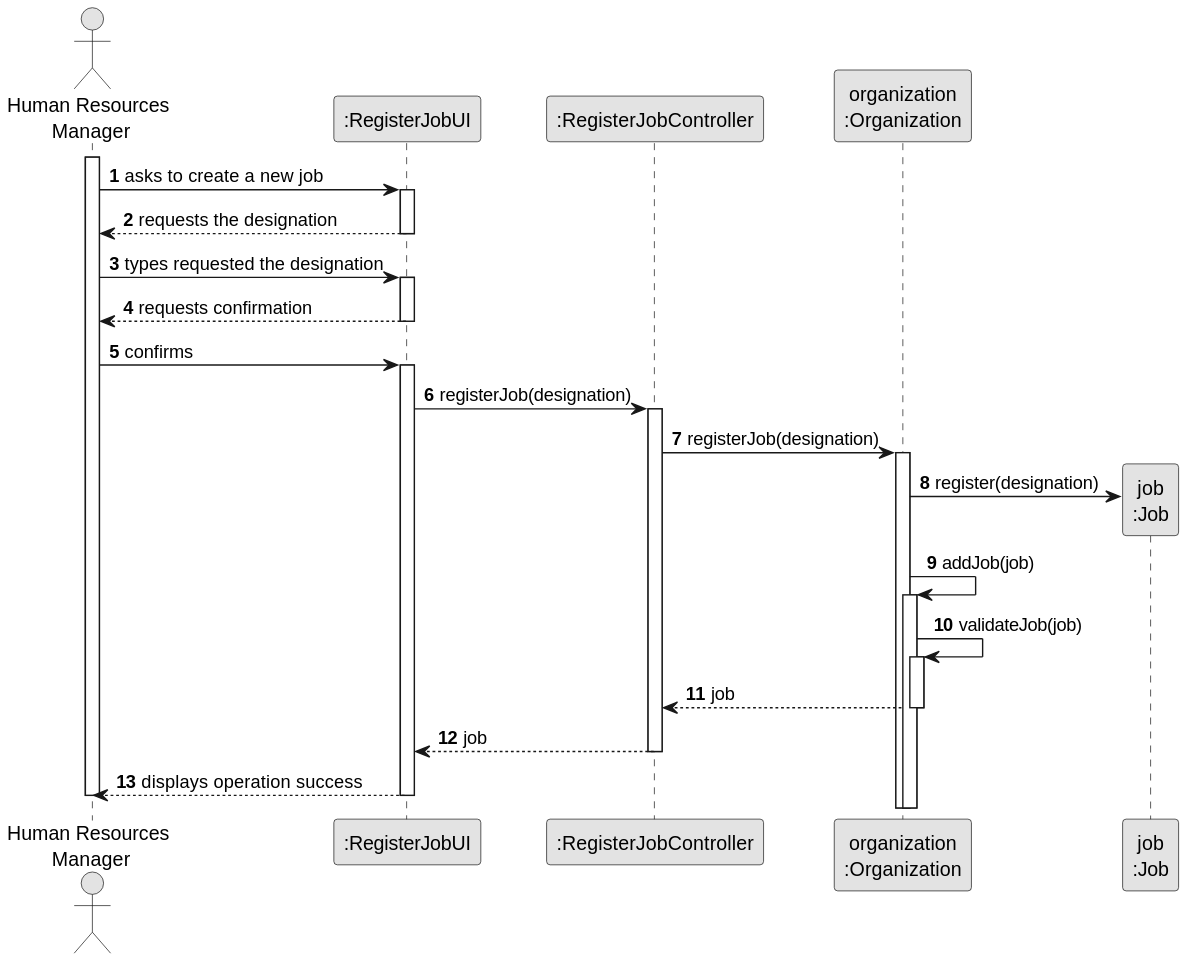
Before: docs/sprintB/us002/03.design/svg/us002-sequence-diagram-full.svg, a diagram exported from PlantUML (diogoveirospro/lei-24-s2-1dg-g072).
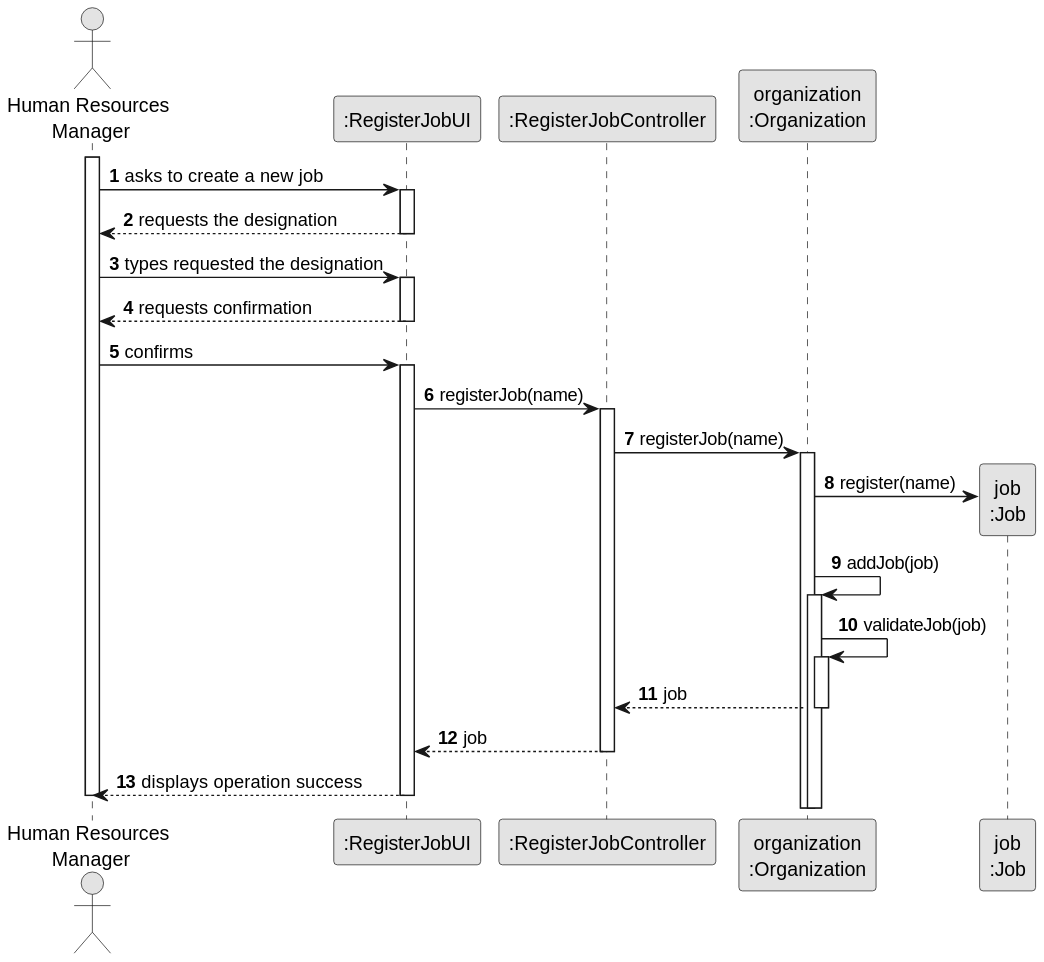
After the change.

Commit message:
Corrections to the partial and full sequence diagram and completion of the class diagram.

Change to the diagram source:
```diff
@@ -29,13 +29,13 @@
     HRM -> UI : confirms
     activate UI
 
-        UI -> CTRL : registerJob(designation)
+        UI -> CTRL : registerJob(name)
         activate CTRL
 
-            CTRL -> ORG : registerJob(designation)
+            CTRL -> ORG : registerJob(name)
             activate ORG
 
-            ORG -> Job**: register(designation)
+            ORG -> Job**: register(name)
                 ORG -> ORG: addJob(job)
                 activate ORG
 
```
